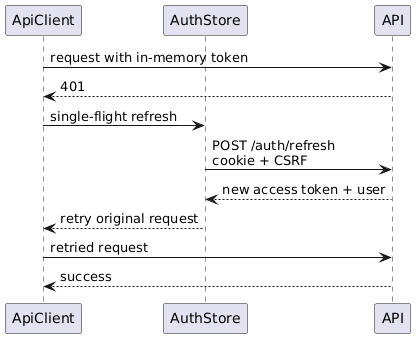
Earlier version of the PlantUML export docs/detailed-designs/diagrams/rendered/fe_seq_token_refresh.png (QuinntyneBrown/LendQ).
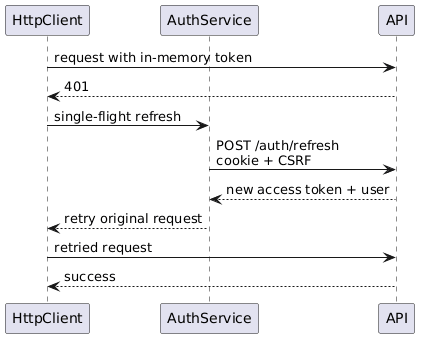
Later version of the same file.

Diff of the diagram source:
```diff
@@ -1,14 +1,14 @@
 @startuml
-participant ApiClient
-participant AuthStore
+participant HttpClient
+participant AuthService
 participant API
 
-ApiClient -> API : request with in-memory token
-API --> ApiClient : 401
-ApiClient -> AuthStore : single-flight refresh
-AuthStore -> API : POST /auth/refresh\ncookie + CSRF
-API --> AuthStore : new access token + user
-AuthStore --> ApiClient : retry original request
-ApiClient -> API : retried request
-API --> ApiClient : success
+HttpClient -> API : request with in-memory token
+API --> HttpClient : 401
+HttpClient -> AuthService : single-flight refresh
+AuthService -> API : POST /auth/refresh\ncookie + CSRF
+API --> AuthService : new access token + user
+AuthService --> HttpClient : retry original request
+HttpClient -> API : retried request
+API --> HttpClient : success
 @enduml
```
